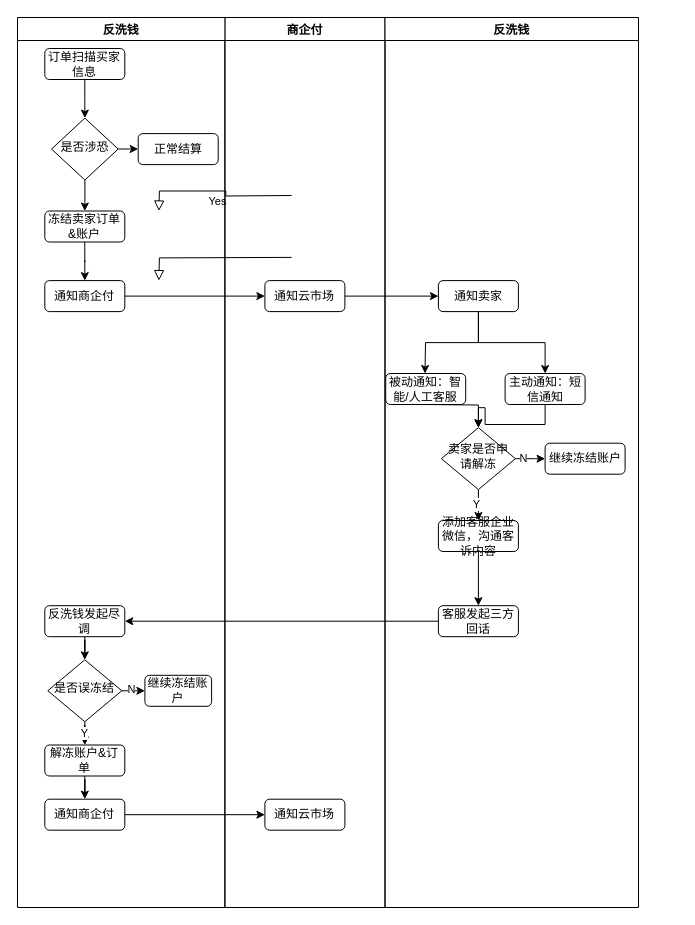
Johnson-CYS/draw keeps this draw.io diagram as frozen_inform.drawio. Above is the earlier version. Source tidied: cells renumbered, new cells numbered last; positions are measured from the earlier drawing's top-left corner, leaving out a move shared by most shapes. Both pictures are drawn from the tidied source at 100%, with x=0, y=0 at pixel (17, 17).
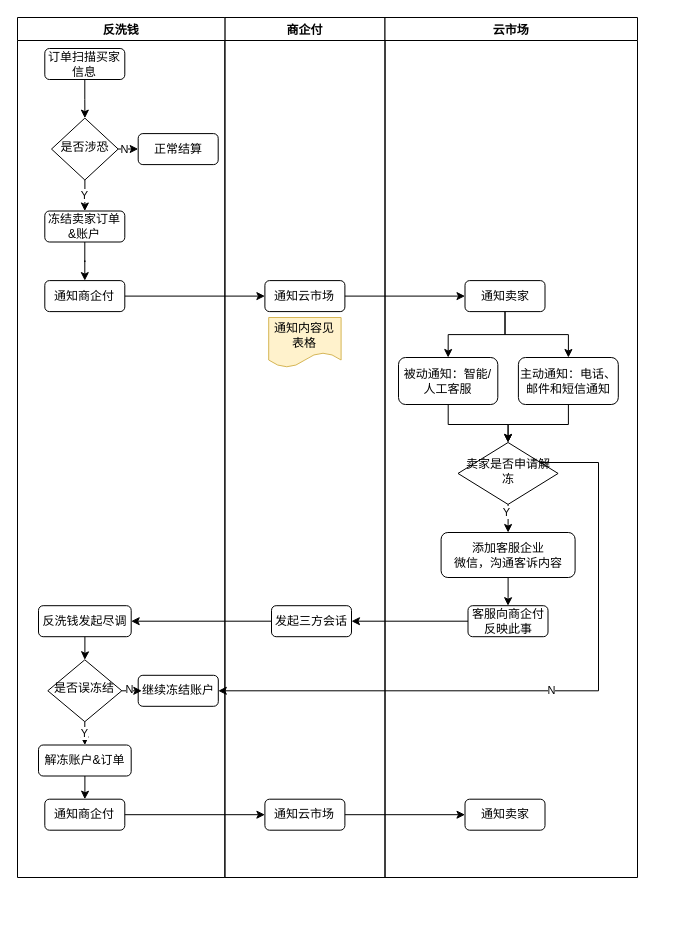
The same diagram, later.

The change refers to these unchanged cells:
```xml
<mxCell id="9" value="通知云市场" style="rounded=1;whiteSpace=wrap;html=1;fontSize=12;glass=0;strokeWidth=1;shadow=0;" parent="3" vertex="1">
  <mxGeometry x="40" y="781.7" width="80" height="31" as="geometry" />
</mxCell>
<mxCell id="34" value="冻结卖家订单&amp;amp;账户" style="rounded=1;whiteSpace=wrap;html=1;fontSize=12;glass=0;strokeWidth=1;shadow=0;" parent="2" vertex="1">
  <mxGeometry x="27.3" y="193.5" width="80" height="31" as="geometry" />
</mxCell>
<mxCell id="36" style="edgeStyle=orthogonalEdgeStyle;rounded=0;jettySize=auto;html=1;" parent="2" edge="1" source="37" target="11">
  <mxGeometry relative="1" as="geometry" />
</mxCell>
<mxCell id="37" value="是否涉恐" style="rhombus;whiteSpace=wrap;html=1;shadow=0;fontFamily=Helvetica;fontSize=12;align=center;strokeWidth=1;spacing=6;spacingTop=-4;" parent="2" vertex="1">
  <mxGeometry x="34" y="100.6" width="66.7" height="61.9" as="geometry" />
</mxCell>
```

Diff of the diagram source:
```diff
@@
     <mxCell id="2" style="group;" parent="1" vertex="1">
-      <mxGeometry width="621" height="890" as="geometry" />
+      <mxGeometry width="660" height="890" as="geometry" />
     </mxCell>
     <mxCell id="3" value="商企付" style="swimlane;" parent="2" vertex="1">
-      <mxGeometry x="207.4" width="160.1" height="890" as="geometry" />
+      <mxGeometry x="207.4" width="160.1" height="860" as="geometry" />
     </mxCell>
-    <mxCell id="4" style="rounded=0;html=1;jettySize=auto;orthogonalLoop=1;fontSize=11;endArrow=block;endFill=0;endSize=8;strokeWidth=1;shadow=0;labelBackgroundColor=none;edgeStyle=orthogonalEdgeStyle;exitX=0.5;exitY=1;exitDx=0;exitDy=0;" parent="3" edge="1">
-      <mxGeometry x="0.33" y="20" relative="1" as="geometry">
-        <mxPoint x="66.7" y="239.9" as="sourcePoint" />
-        <mxPoint x="-66" y="263.1" as="targetPoint" />
-      </mxGeometry>
-    </mxCell>
-    <mxCell id="5" value="Yes" style="edgeStyle=orthogonalEdgeStyle;rounded=0;html=1;jettySize=auto;orthogonalLoop=1;fontSize=11;endArrow=block;endFill=0;endSize=8;strokeWidth=1;shadow=0;labelBackgroundColor=none;" parent="3" edge="1">
-      <mxGeometry y="10" relative="1" as="geometry">
-        <mxPoint x="66.7" y="178" as="sourcePoint" />
-        <mxPoint x="-66" y="193.5" as="targetPoint" />
-      </mxGeometry>
-    </mxCell>
@@
+    <mxCell id="51" value="发起三方会话" style="rounded=1;whiteSpace=wrap;html=1;fontSize=12;glass=0;strokeWidth=1;shadow=0;" parent="3" vertex="1">
+      <mxGeometry x="46.6" y="588.2" width="80" height="31" as="geometry" />
+    </mxCell>
+    <mxCell id="52" value="通知内容见表格" style="shape=document;whiteSpace=wrap;html=1;boundedLbl=1;fillColor=#fff2cc;strokeColor=#d6b656;" parent="3" vertex="1">
+      <mxGeometry x="43.8" y="300" width="72.4" height="50" as="geometry" />
+    </mxCell>
     <mxCell id="10" value="反洗钱" style="swimlane;" parent="2" vertex="1">
-      <mxGeometry width="207.4" height="890" as="geometry" />
+      <mxGeometry width="207.4" height="860" as="geometry" />
     </mxCell>
@@
     <mxCell id="12" value="反洗钱发起尽调" style="rounded=1;whiteSpace=wrap;html=1;fontSize=12;glass=0;strokeWidth=1;shadow=0;" parent="10" vertex="1">
-      <mxGeometry x="27.3" y="588.2" width="80" height="31" as="geometry" />
+      <mxGeometry x="21" y="588.2" width="92.7" height="31" as="geometry" />
     </mxCell>
     <mxCell id="13" value="解冻账户&amp;amp;订单" style="rounded=1;whiteSpace=wrap;html=1;fontSize=12;glass=0;strokeWidth=1;shadow=0;" parent="10" vertex="1">
-      <mxGeometry x="27.3" y="727.5" width="80" height="31" as="geometry" />
+      <mxGeometry x="21" y="727.5" width="92.7" height="31" as="geometry" />
     </mxCell>
+    <mxCell id="44" value="继续冻结账户" style="rounded=1;whiteSpace=wrap;html=1;fontSize=12;glass=0;strokeWidth=1;shadow=0;" parent="10" vertex="1">
+      <mxGeometry x="120.7" y="657.8" width="80.1" height="31" as="geometry" />
+    </mxCell>
-    <mxCell id="14" value="反洗钱" style="swimlane;" parent="2" vertex="1">
-      <mxGeometry x="367.5" width="253.5" height="890" as="geometry" />
+    <mxCell id="14" value="云市场" style="swimlane;" parent="2" vertex="1">
+      <mxGeometry x="367.5" width="252.5" height="860" as="geometry" />
     </mxCell>
     <mxCell id="15" value="添加客服企业&lt;br&gt;微信，沟通客诉内容" style="rounded=1;whiteSpace=wrap;html=1;fontSize=12;glass=0;strokeWidth=1;shadow=0;" parent="14" vertex="1">
-      <mxGeometry x="53.4" y="503" width="80" height="31" as="geometry" />
+      <mxGeometry x="56.1" y="515" width="134" height="45" as="geometry" />
     </mxCell>
-    <mxCell id="16" value="客服发起三方回话" style="rounded=1;whiteSpace=wrap;html=1;fontSize=12;glass=0;strokeWidth=1;shadow=0;" parent="14" vertex="1">
-      <mxGeometry x="53.4" y="588.2" width="80" height="31" as="geometry" />
+    <mxCell id="16" value="客服向商企付反映此事" style="rounded=1;whiteSpace=wrap;html=1;fontSize=12;glass=0;strokeWidth=1;shadow=0;" parent="14" vertex="1">
+      <mxGeometry x="83" y="588.2" width="80" height="31" as="geometry" />
     </mxCell>
-    <mxCell id="17" value="继续冻结账户" style="rounded=1;whiteSpace=wrap;html=1;fontSize=12;glass=0;strokeWidth=1;shadow=0;" parent="14" vertex="1">
-      <mxGeometry x="160.1" y="425.7" width="80" height="31" as="geometry" />
-    </mxCell>
     <mxCell id="18" value="卖家是否申请解冻" style="rhombus;whiteSpace=wrap;html=1;shadow=0;fontFamily=Helvetica;fontSize=12;align=center;strokeWidth=1;spacing=6;spacingTop=-4;" parent="14" vertex="1">
-      <mxGeometry x="56.4" y="410.2" width="74" height="61.9" as="geometry" />
+      <mxGeometry x="73" y="425" width="100.1" height="61.9" as="geometry" />
     </mxCell>
@@
-    <mxCell id="20" value="主动通知：短信通知" style="rounded=1;whiteSpace=wrap;html=1;fontSize=12;glass=0;strokeWidth=1;shadow=0;" parent="14" vertex="1">
-      <mxGeometry x="120.1" y="356" width="80" height="31" as="geometry" />
+    <mxCell id="20" value="主动通知：电话、邮件和短信通知" style="rounded=1;whiteSpace=wrap;html=1;fontSize=12;glass=0;strokeWidth=1;shadow=0;" parent="14" vertex="1">
+      <mxGeometry x="133.4" y="340" width="99.9" height="47" as="geometry" />
     </mxCell>
-    <mxCell id="21" style="edgeStyle=orthogonalEdgeStyle;rounded=0;jettySize=auto;html=1;" parent="14" edge="1" target="18">
-      <mxGeometry relative="1" as="geometry">
-        <mxPoint x="40" y="387" as="sourcePoint" />
-      </mxGeometry>
-    </mxCell>
+    <mxCell id="53" style="edgeStyle=orthogonalEdgeStyle;rounded=0;jettySize=auto;html=1;entryX=0.5;entryY=0;entryDx=0;entryDy=0;" parent="14" edge="1" source="22" target="18">
+      <mxGeometry relative="1" as="geometry" />
+    </mxCell>
     <mxCell id="22" value="被动通知：智能/人工客服" style="rounded=1;whiteSpace=wrap;html=1;fontSize=12;glass=0;strokeWidth=1;shadow=0;" parent="14" vertex="1">
-      <mxGeometry x="0.7" y="356" width="80" height="31" as="geometry" />
+      <mxGeometry x="13.5" y="340" width="99.3" height="47" as="geometry" />
     </mxCell>
@@
-    <mxCell id="24" style="edgeStyle=orthogonalEdgeStyle;rounded=0;jettySize=auto;html=1;" parent="14" edge="1" source="18" target="17">
-      <mxGeometry relative="1" as="geometry" />
-    </mxCell>
-    <mxCell id="25" value="N" style="edgeLabel;html=1;align=center;verticalAlign=middle;" parent="24" vertex="1">
-      <mxGeometry x="-0.44" y="1" relative="1" as="geometry" />
-    </mxCell>
@@
     <mxCell id="28" value="通知卖家" style="rounded=1;whiteSpace=wrap;html=1;fontSize=12;glass=0;strokeWidth=1;shadow=0;" parent="14" vertex="1">
-      <mxGeometry x="53.4" y="263.1" width="80" height="31" as="geometry" />
+      <mxGeometry x="80" y="263.1" width="80" height="31" as="geometry" />
     </mxCell>
@@
-    <mxCell id="30" style="edgeStyle=orthogonalEdgeStyle;rounded=0;jettySize=auto;html=1;exitX=0.5;exitY=1;exitDx=0;exitDy=0;" parent="14" edge="1" source="28">
-      <mxGeometry relative="1" as="geometry">
-        <mxPoint x="40" y="356" as="targetPoint" />
-      </mxGeometry>
+    <mxCell id="30" style="edgeStyle=orthogonalEdgeStyle;rounded=0;jettySize=auto;html=1;exitX=0.5;exitY=1;exitDx=0;exitDy=0;entryX=0.5;entryY=0;entryDx=0;entryDy=0;" parent="14" edge="1" source="28" target="22">
+      <mxGeometry relative="1" as="geometry" />
     </mxCell>
+    <mxCell id="54" value="通知卖家" style="rounded=1;whiteSpace=wrap;html=1;fontSize=12;glass=0;strokeWidth=1;shadow=0;" parent="14" vertex="1">
+      <mxGeometry x="80" y="781.7" width="80" height="31" as="geometry" />
+    </mxCell>
@@
-    <mxCell id="35" style="edgeStyle=orthogonalEdgeStyle;rounded=0;jettySize=auto;html=1;" parent="2" edge="1" source="37" target="34">
+    <mxCell id="35" value="Y" style="edgeStyle=orthogonalEdgeStyle;rounded=0;jettySize=auto;html=1;" parent="2" edge="1" source="37" target="34">
       <mxGeometry relative="1" as="geometry" />
     </mxCell>
@@
+    <mxCell id="25" value="N" style="edgeLabel;html=1;align=center;verticalAlign=middle;" parent="36" vertex="1">
+      <mxGeometry x="-0.42" relative="1" as="geometry" />
+    </mxCell>
@@
-    <mxCell id="41" style="edgeStyle=orthogonalEdgeStyle;rounded=0;jettySize=auto;html=1;" parent="2" edge="1" source="16" target="12">
+    <mxCell id="41" style="edgeStyle=orthogonalEdgeStyle;rounded=0;jettySize=auto;html=1;entryX=1;entryY=0.5;entryDx=0;entryDy=0;" parent="2" edge="1" source="16" target="51">
       <mxGeometry relative="1" as="geometry" />
     </mxCell>
@@
-    <mxCell id="44" value="继续冻结账户" style="rounded=1;whiteSpace=wrap;html=1;fontSize=12;glass=0;strokeWidth=1;shadow=0;" parent="2" vertex="1">
-      <mxGeometry x="127.4" y="657.8" width="66.7" height="31" as="geometry" />
-    </mxCell>
@@
+    <mxCell id="55" style="edgeStyle=orthogonalEdgeStyle;rounded=0;jettySize=auto;html=1;entryX=1;entryY=0.5;entryDx=0;entryDy=0;" parent="2" edge="1" source="51" target="12">
+      <mxGeometry relative="1" as="geometry" />
+    </mxCell>
+    <mxCell id="56" value="N" style="edgeStyle=orthogonalEdgeStyle;rounded=0;jettySize=auto;html=1;entryX=1;entryY=0.5;entryDx=0;entryDy=0;" parent="2" edge="1" source="18" target="44">
+      <mxGeometry relative="1" as="geometry">
+        <Array as="points">
+          <mxPoint x="581" y="445" />
+          <mxPoint x="581" y="673" />
+        </Array>
+      </mxGeometry>
+    </mxCell>
+    <mxCell id="57" style="edgeStyle=orthogonalEdgeStyle;rounded=0;jettySize=auto;html=1;entryX=0;entryY=0.5;entryDx=0;entryDy=0;" parent="2" edge="1" source="9" target="54">
+      <mxGeometry relative="1" as="geometry" />
+    </mxCell>
```
